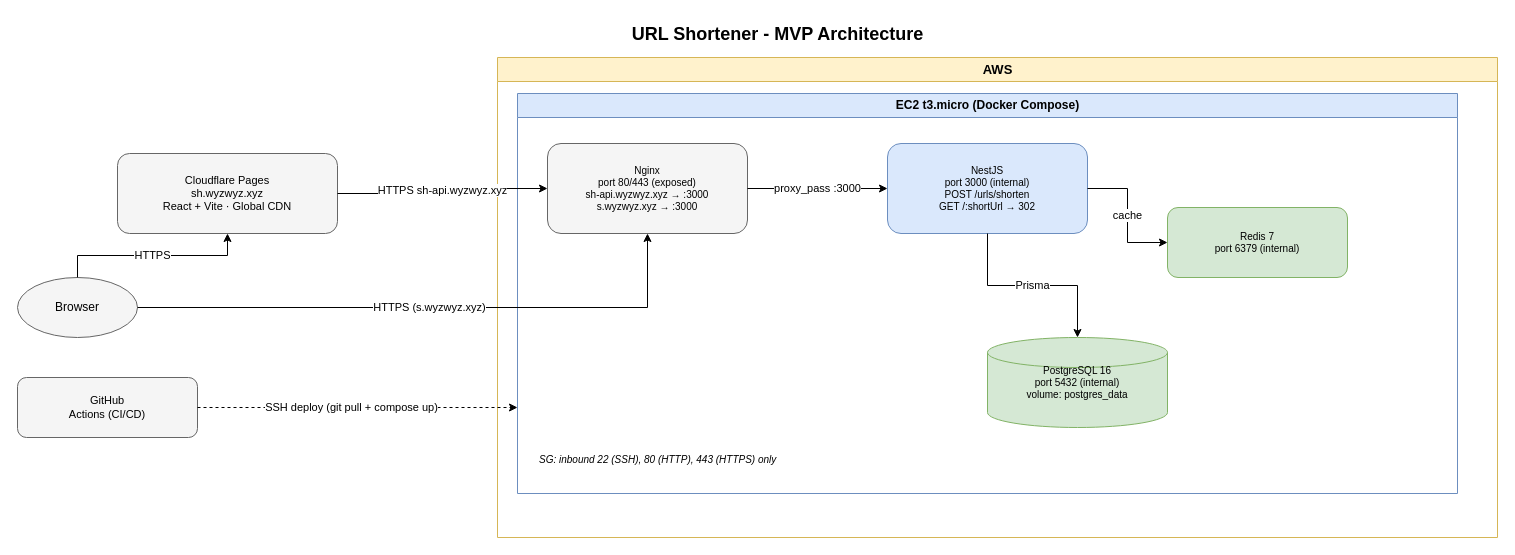
Before: docs/diagrams/infra.drawio in ImWaynnee/url-shortener, a draw.io diagram. Source tidied: cells renumbered, new cells numbered last; positions are measured from the earlier drawing's top-left corner, leaving out a move shared by most shapes. Both pictures are drawn from the tidied source at 100%, with x=0, y=0 at pixel (17, 17).
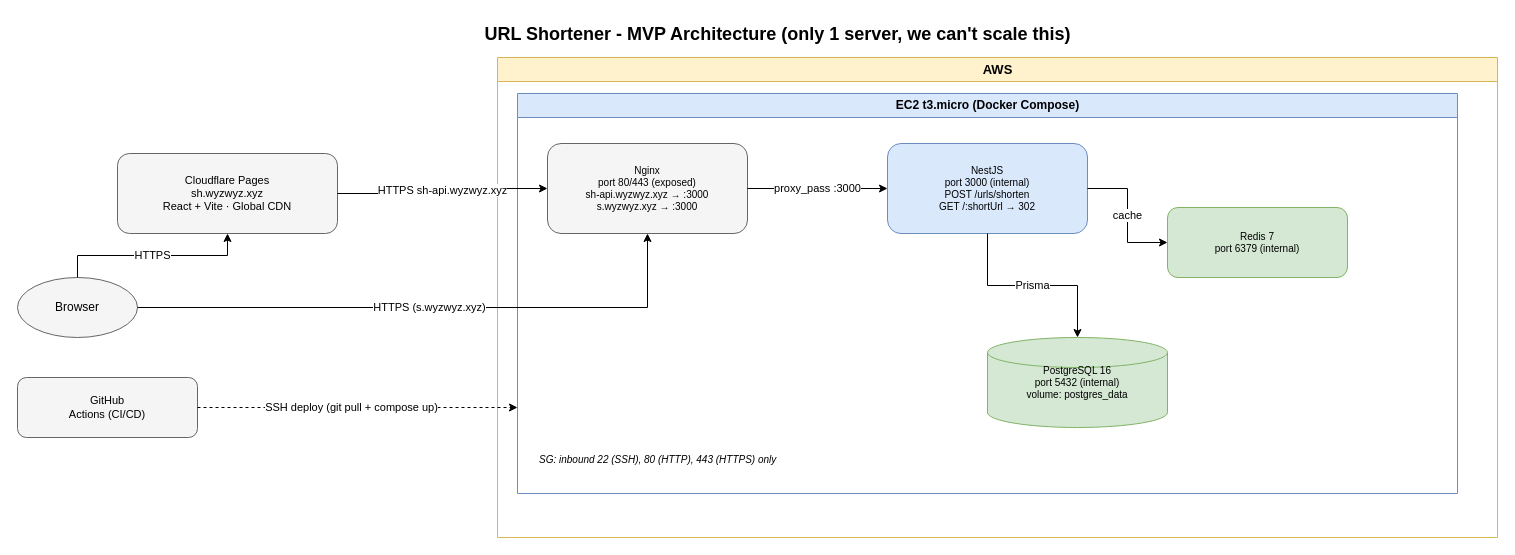
After the change.

The edit, as a diff of the source:
```diff
@@
-    <mxCell id="2" value="URL Shortener - MVP Architecture" style="text;fontSize=18;fontStyle=1;align=center;html=1;" parent="1" vertex="1">
+    <mxCell id="2" value="URL Shortener - MVP Architecture (only 1 server, we can't scale this)" style="text;fontSize=18;fontStyle=1;align=center;html=1;" parent="1" vertex="1">
       <mxGeometry x="60" width="1400" height="40" as="geometry" />
     </mxCell>
```
